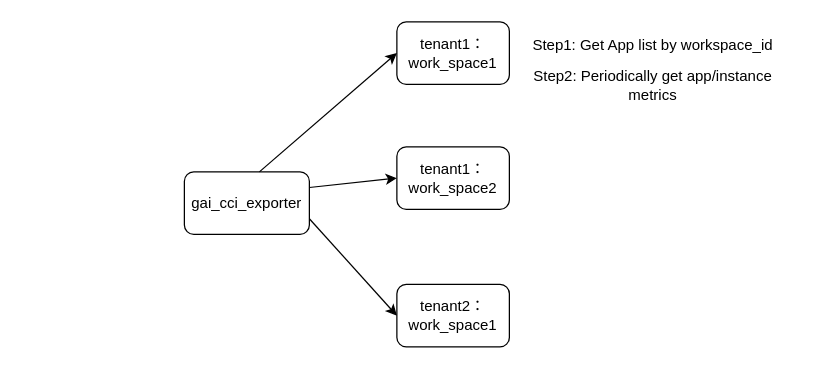
huanggangfeng/draw keeps this draw.io diagram as gai_monitor.drawio. Above is the earlier version. Source tidied: cells renumbered, new cells numbered last; positions are measured from the earlier drawing's top-left corner, leaving out a move shared by most shapes. Both pictures are drawn from the tidied source at 125%, with x=0, y=0 at pixel (184, 21). Pictures stored in the file or linked from it are replaced by grey dashed boxes.
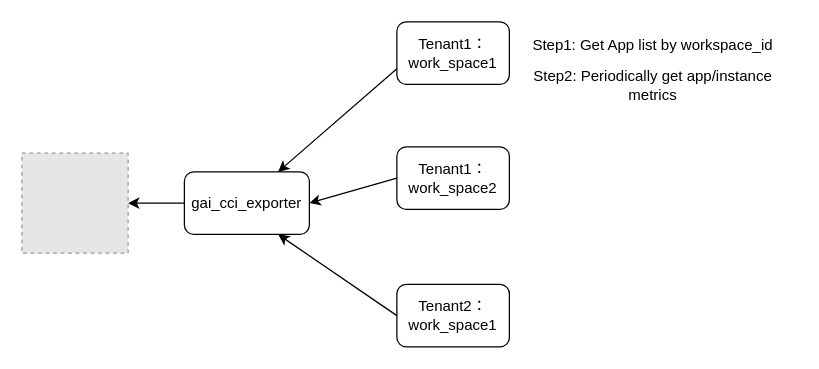
Above is the later version.

What changed in the source:
```diff
@@
 <mxGraphModel>
   <root>
     <mxCell id="0" />
     <mxCell id="1" parent="0" />
     <mxCell id="2" value="gai_cci_exporter" style="rounded=1;whiteSpace=wrap;html=1;" parent="1" vertex="1">
       <mxGeometry y="120" width="100" height="50" as="geometry" />
     </mxCell>
-    <mxCell id="3" value="tenant1：work_space1" style="rounded=1;whiteSpace=wrap;html=1;" parent="1" vertex="1">
+    <mxCell id="3" value="Tenant1：work_space1" style="rounded=1;whiteSpace=wrap;html=1;" parent="1" vertex="1">
       <mxGeometry x="170" width="90" height="50" as="geometry" />
     </mxCell>
-    <mxCell id="4" value="tenant1：work_space2" style="rounded=1;whiteSpace=wrap;html=1;" parent="1" vertex="1">
+    <mxCell id="4" value="Tenant1：work_space2" style="rounded=1;whiteSpace=wrap;html=1;" parent="1" vertex="1">
       <mxGeometry x="170" y="100" width="90" height="50" as="geometry" />
     </mxCell>
-    <mxCell id="5" value="tenant2：work_space1" style="rounded=1;whiteSpace=wrap;html=1;" parent="1" vertex="1">
+    <mxCell id="5" value="Tenant2：work_space1" style="rounded=1;whiteSpace=wrap;html=1;" parent="1" vertex="1">
       <mxGeometry x="170" y="210" width="90" height="50" as="geometry" />
     </mxCell>
-    <mxCell id="6" style="endArrow=classic;html=1;rounded=0;entryX=0;entryY=0.5;entryDx=0;entryDy=0;" parent="1" edge="1" target="3">
-      <mxGeometry relative="1" as="geometry">
-        <mxPoint x="60" y="120" as="sourcePoint" />
-      </mxGeometry>
+    <mxCell id="6" style="endArrow=classic;html=1;rounded=0;entryX=0.75;entryY=0;entryDx=0;entryDy=0;exitX=0;exitY=0.75;exitDx=0;exitDy=0;" parent="1" edge="1" source="3" target="2">
+      <mxGeometry relative="1" as="geometry" />
     </mxCell>
-    <mxCell id="7" style="endArrow=classic;html=1;rounded=0;entryX=0;entryY=0.5;entryDx=0;entryDy=0;exitX=1;exitY=0.25;exitDx=0;exitDy=0;" parent="1" edge="1" source="2" target="4">
+    <mxCell id="7" style="endArrow=classic;html=1;rounded=0;entryX=1;entryY=0.5;entryDx=0;entryDy=0;exitX=0;exitY=0.5;exitDx=0;exitDy=0;" parent="1" edge="1" source="4" target="2">
       <mxGeometry relative="1" as="geometry" />
     </mxCell>
-    <mxCell id="8" style="endArrow=classic;html=1;rounded=0;exitX=1;exitY=0.75;exitDx=0;exitDy=0;entryX=0;entryY=0.5;entryDx=0;entryDy=0;" parent="1" edge="1" source="2" target="5">
+    <mxCell id="8" style="endArrow=classic;html=1;rounded=0;exitX=0;exitY=0.5;exitDx=0;exitDy=0;entryX=0.75;entryY=1;entryDx=0;entryDy=0;" parent="1" edge="1" source="5" target="2">
       <mxGeometry relative="1" as="geometry" />
     </mxCell>
     <mxCell id="9" value="Step1: Get App list by workspace_id&lt;div&gt;&lt;br&gt;&lt;/div&gt;" style="text;html=1;align=center;verticalAlign=middle;whiteSpace=wrap;rounded=0;" parent="1" vertex="1">
       <mxGeometry x="260" y="25" width="230" as="geometry" />
     </mxCell>
     <mxCell id="10" value="Step2: Periodically get app/instance metrics" style="text;html=1;align=center;verticalAlign=middle;whiteSpace=wrap;rounded=0;" parent="1" vertex="1">
       <mxGeometry x="260" y="50" width="230" as="geometry" />
     </mxCell>
+    <mxCell id="11" style="fillColor=#E6E6E6;strokeColor=#999999;dashed=1;verticalLabelPosition=bottom;labelBackgroundColor=default;verticalAlign=top;" parent="1" vertex="1">
+      <mxGeometry x="-130" y="105" width="85" height="80" as="geometry" />
+    </mxCell>
+    <mxCell id="12" style="endArrow=classic;html=1;rounded=0;exitX=0;exitY=0.5;exitDx=0;exitDy=0;entryX=1;entryY=0.5;entryDx=0;entryDy=0;" parent="1" edge="1" source="2" target="11">
+      <mxGeometry relative="1" as="geometry" />
+    </mxCell>
   </root>
 </mxGraphModel>
```
